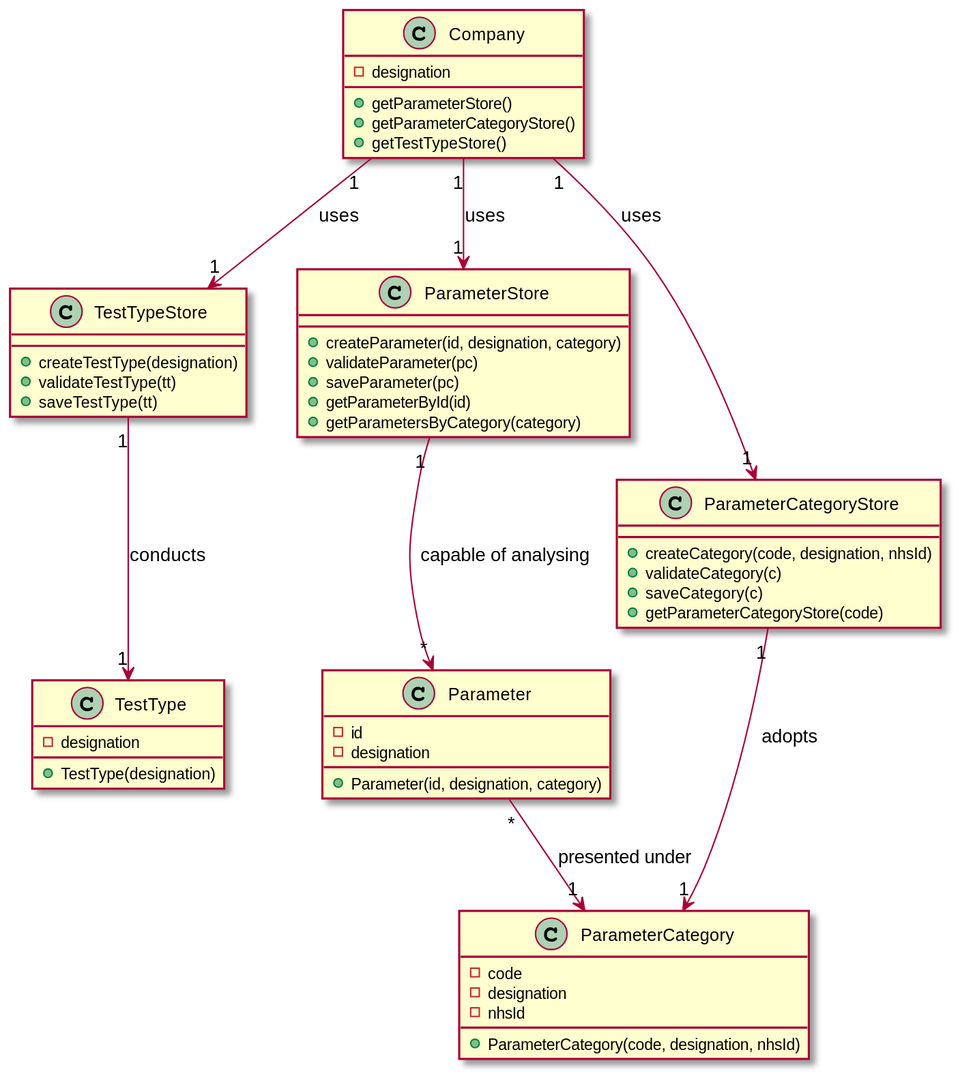
manu-07-ela/LAPR2_ISEP keeps this PlantUML diagram as docs/SprintB/US11/US11-CD.svg. Above is the earlier version.
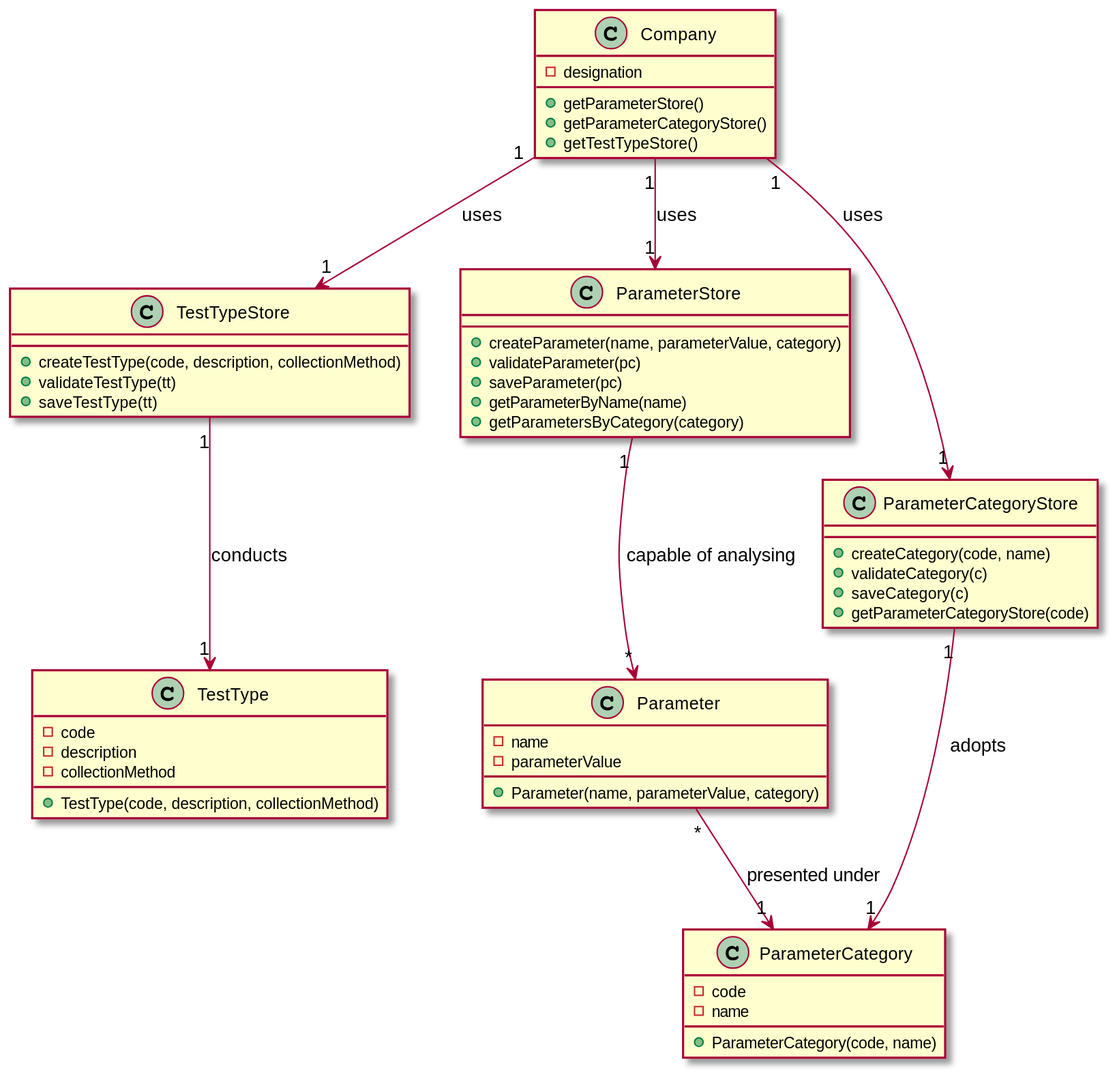
Later version of the same file.

Commit message:
correction in the US11 class diagram, motivated by an answer given by the client

Diff of the diagram source:
```diff
@@ -15,42 +15,43 @@
 }
 
 class TestTypeStore{
-+createTestType(designation)
++createTestType(code, description, collectionMethod)
 +validateTestType(tt)
 +saveTestType(tt)
 }
 
 class ParameterStore{
-+createParameter(id, designation, category)
++createParameter(name, parameterValue, category)
 +validateParameter(pc)
 +saveParameter(pc)
-+getParameterById(id)
++getParameterByName(name)
 +getParametersByCategory(category)
 }
 
 class ParameterCategoryStore{
-+createCategory(code, designation, nhsId)
++createCategory(code, name)
 +validateCategory(c)
 +saveCategory(c)
 +getParameterCategoryStore(code)
 }
 
 class Parameter {
--id
--designation
-+Parameter(id, designation, category)
+-name
+-parameterValue
++Parameter(name, parameterValue, category)
 }
 
 class ParameterCategory {
 -code
--designation
--nhsId
-+ParameterCategory(code, designation, nhsId)
+-name
++ParameterCategory(code, name)
 }
 
 class TestType{
--designation
-+TestType(designation)
+-code
+-description
+-collectionMethod
++TestType(code, description, collectionMethod)
 }
 
 Company "1"-->"1" ParameterStore : uses
```
